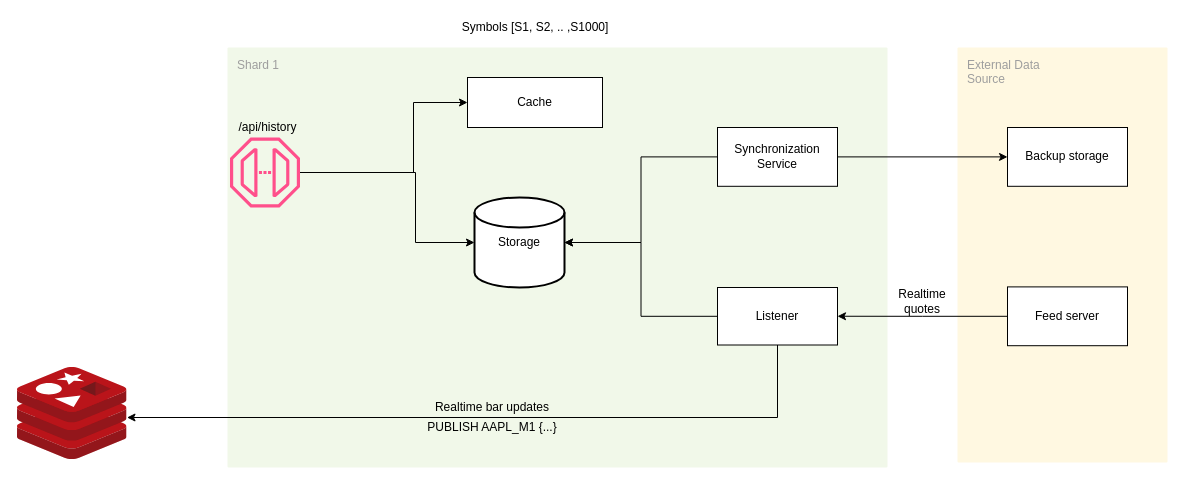
Before: page "Shard" (2 of 2) of final/docs/architecture/feed-history.drawio in andrew-kulikov/otus-architect, a draw.io diagram. Source tidied: cells renumbered, new cells numbered last; positions are measured from the earlier drawing's top-left corner, leaving out a move shared by most shapes. Both pictures are drawn from the tidied source at 100%, with x=0, y=0 at pixel (17, 17).
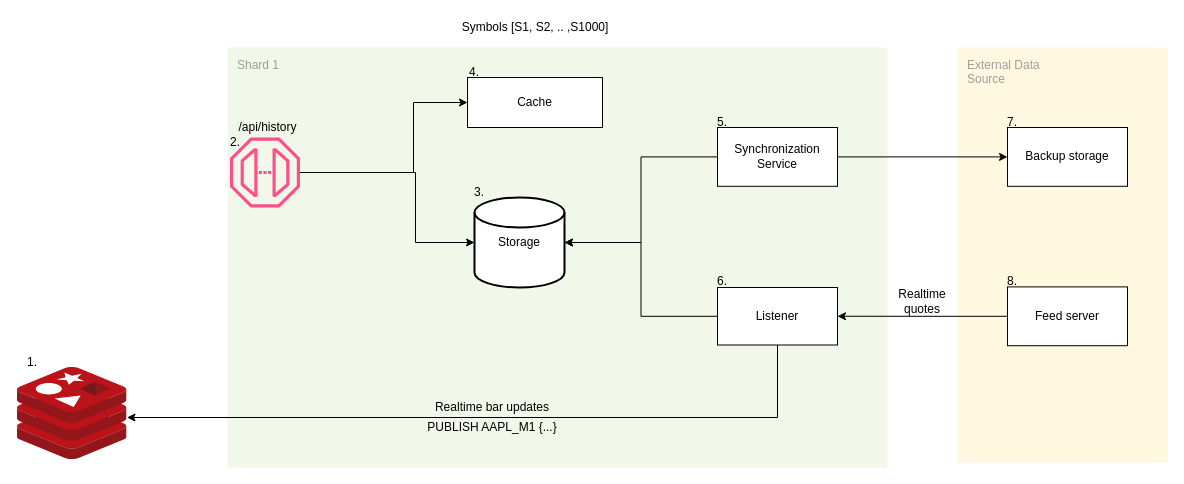
The same page after the edit.

What changed in the source:
```diff
@@
+    <mxCell id="24" value="1." style="text;html=1;strokeColor=none;fillColor=none;align=center;verticalAlign=middle;whiteSpace=wrap;rounded=0;" parent="1" vertex="1">
+      <mxGeometry x="10" y="340" width="10" height="10" as="geometry" />
+    </mxCell>
+    <mxCell id="25" value="2." style="text;html=1;strokeColor=none;fillColor=none;align=center;verticalAlign=middle;whiteSpace=wrap;rounded=0;" parent="1" vertex="1">
+      <mxGeometry x="212.5" y="120" width="10" height="10" as="geometry" />
+    </mxCell>
+    <mxCell id="26" value="3." style="text;html=1;strokeColor=none;fillColor=none;align=center;verticalAlign=middle;whiteSpace=wrap;rounded=0;" parent="1" vertex="1">
+      <mxGeometry x="457" y="170" width="10" height="10" as="geometry" />
+    </mxCell>
+    <mxCell id="27" value="4." style="text;html=1;strokeColor=none;fillColor=none;align=center;verticalAlign=middle;whiteSpace=wrap;rounded=0;" parent="1" vertex="1">
+      <mxGeometry x="452" y="50" width="10" height="10" as="geometry" />
+    </mxCell>
+    <mxCell id="28" value="5." style="text;html=1;strokeColor=none;fillColor=none;align=center;verticalAlign=middle;whiteSpace=wrap;rounded=0;" parent="1" vertex="1">
+      <mxGeometry x="700" y="100" width="10" height="10" as="geometry" />
+    </mxCell>
+    <mxCell id="29" value="6." style="text;html=1;strokeColor=none;fillColor=none;align=center;verticalAlign=middle;whiteSpace=wrap;rounded=0;" parent="1" vertex="1">
+      <mxGeometry x="700" y="259.4" width="10" height="10" as="geometry" />
+    </mxCell>
+    <mxCell id="30" value="7." style="text;html=1;strokeColor=none;fillColor=none;align=center;verticalAlign=middle;whiteSpace=wrap;rounded=0;" parent="1" vertex="1">
+      <mxGeometry x="990" y="100" width="10" height="10" as="geometry" />
+    </mxCell>
+    <mxCell id="31" value="8." style="text;html=1;strokeColor=none;fillColor=none;align=center;verticalAlign=middle;whiteSpace=wrap;rounded=0;" parent="1" vertex="1">
+      <mxGeometry x="990" y="259.4" width="10" height="10" as="geometry" />
+    </mxCell>
```
